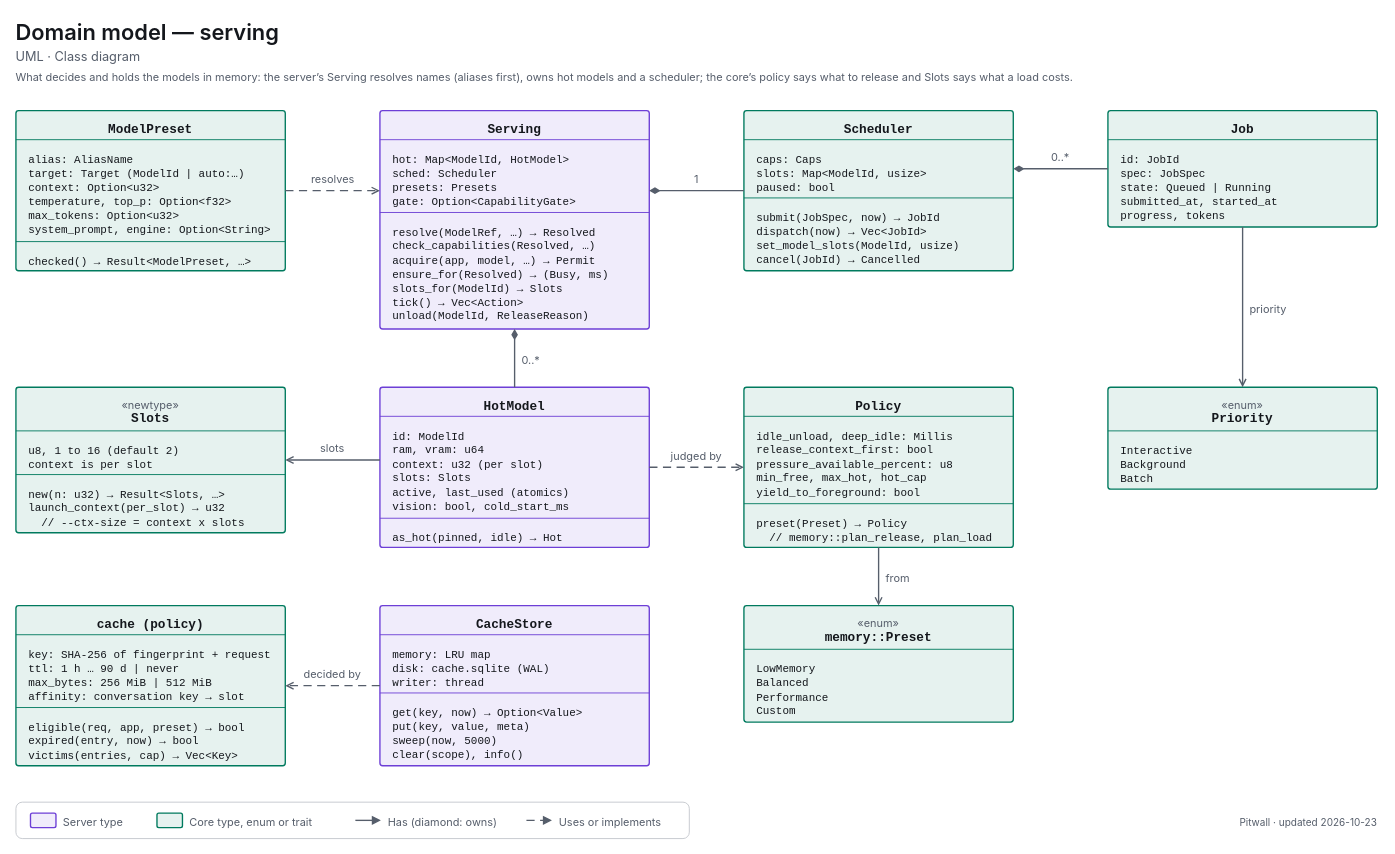
decryp7/paddock keeps this draw.io diagram as apps/pitwall/docs/diagrams/uml-class-serving.drawio. Above is the earlier version. Source tidied: cells renumbered, new cells numbered last; positions are measured from the earlier drawing's top-left corner, leaving out a move shared by most shapes. Both pictures are drawn from the tidied source at 91%, with x=0, y=0 at pixel (15, 15).
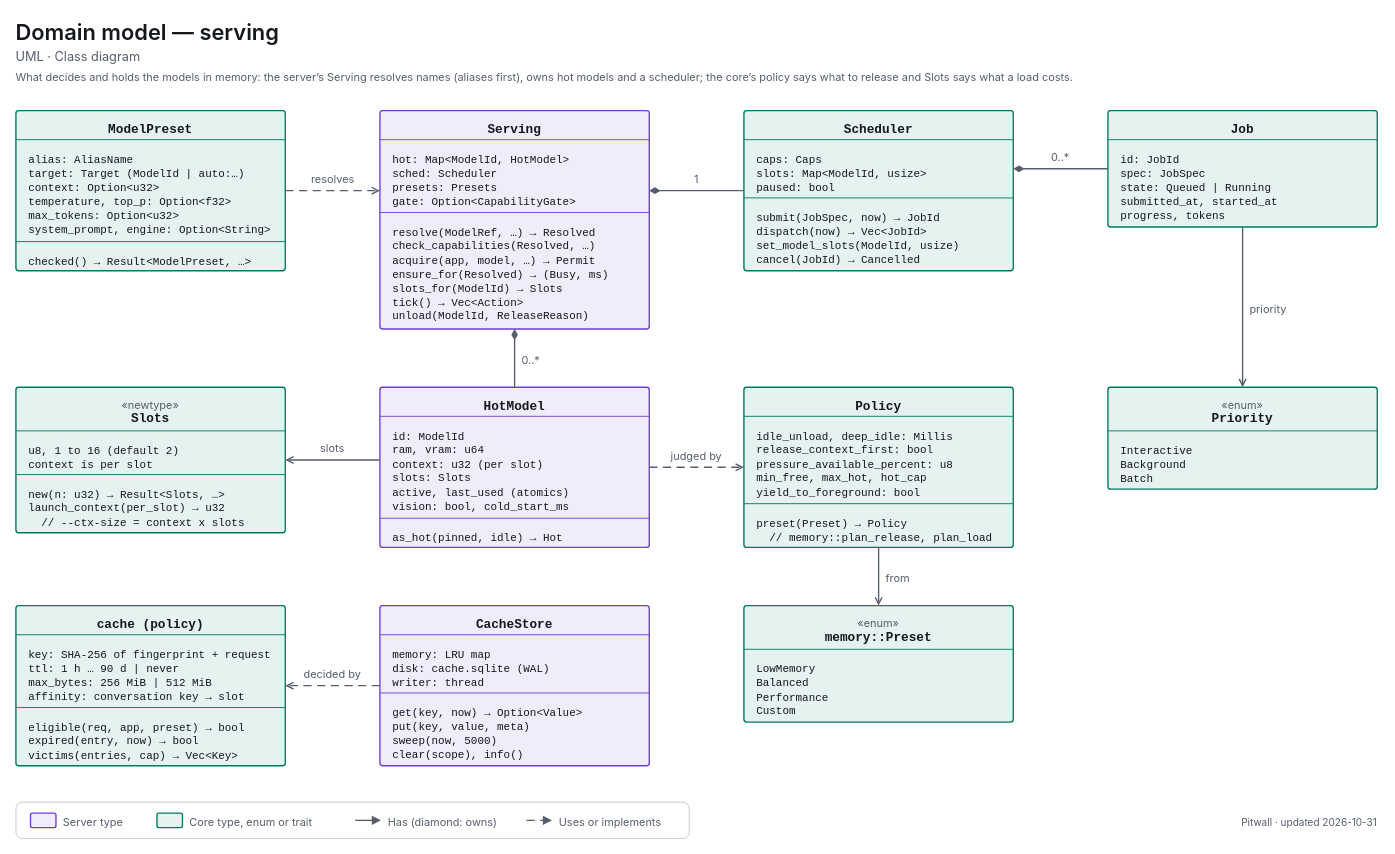
The same diagram, later.

What changed in the source:
```diff
@@
-    <mxCell id="81" value="&lt;span style=&quot;font-size:11px;font-weight:400&quot;&gt;Pitwall · updated 2026-10-23&lt;/span&gt;" style="html=1;whiteSpace=wrap;fontFamily=-apple-system,BlinkMacSystemFont,Segoe UI,system-ui,sans-serif;fontSize=12;fontColor=light-dark(#14171C,#ECEEF1);text;strokeColor=none;fillColor=none;align=right;verticalAlign=top;spacing=0;fontColor=light-dark(#565E6B,#A0A7B2);" parent="1" vertex="1">
+    <mxCell id="81" value="&lt;span style=&quot;font-size:11px;font-weight:400&quot;&gt;Pitwall · updated 2026-10-31&lt;/span&gt;" style="html=1;whiteSpace=wrap;fontFamily=-apple-system,BlinkMacSystemFont,Segoe UI,system-ui,sans-serif;fontSize=12;fontColor=light-dark(#14171C,#ECEEF1);text;strokeColor=none;fillColor=none;align=right;verticalAlign=top;spacing=0;fontColor=light-dark(#565E6B,#A0A7B2);" parent="1" vertex="1">
       <mxGeometry x="1136" y="875" width="360" height="18" as="geometry" />
     </mxCell>
```
